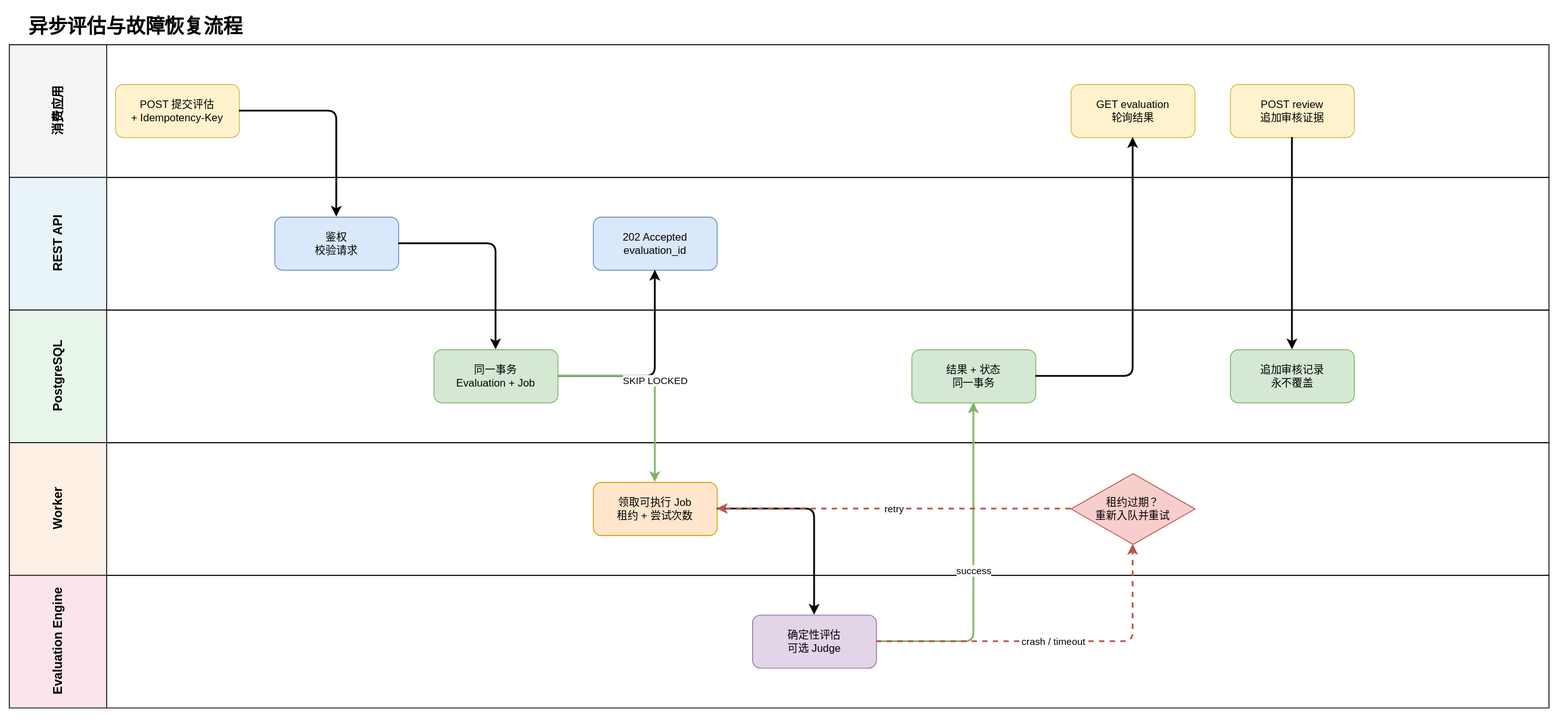
This is docs/diagrams/ai-evaluation-service-poc-async-flow.drawio.svg from gjnzsu/ai-evaluation-service, a draw.io export, as it was before one commit. Source tidied: cells renumbered, new cells last; positions are measured from the earlier drawing's top-left corner, leaving out a move shared by most shapes.
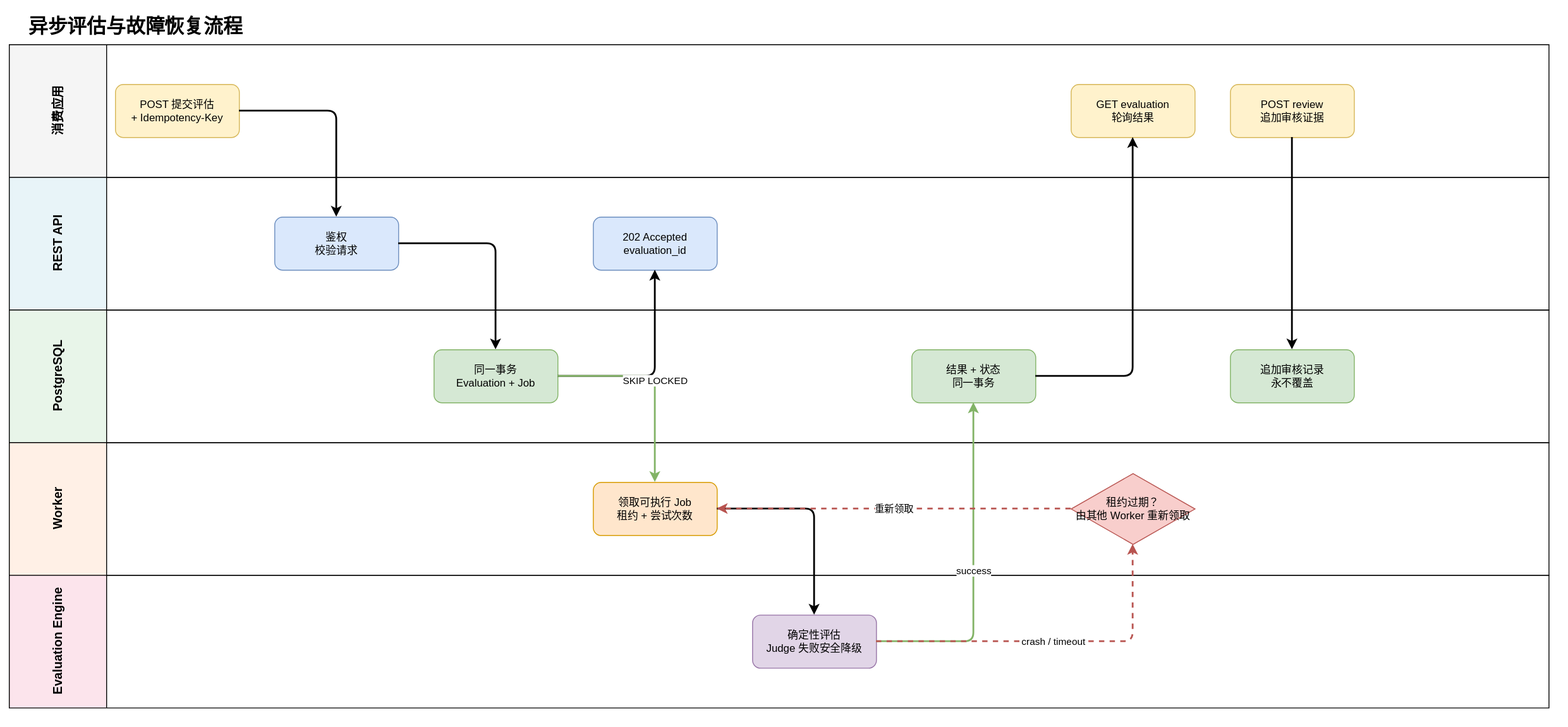
After the change.

Commit message:
docs: align time-boxed evaluation service poc

The edit, as a diff of the source:
```diff
@@ -35,7 +35,7 @@
     <mxCell id="12" value="领取可执行 Job&lt;br&gt;租约 + 尝试次数" style="rounded=1;whiteSpace=wrap;html=1;fillColor=#ffe6cc;strokeColor=#d79b00;" parent="6" vertex="1">
       <mxGeometry x="660" y="45" width="140" height="60" as="geometry" />
     </mxCell>
-    <mxCell id="13" value="确定性评估&lt;br&gt;可选 Judge" style="rounded=1;whiteSpace=wrap;html=1;fillColor=#e1d5e7;strokeColor=#9673a6;" parent="7" vertex="1">
+    <mxCell id="13" value="确定性评估&lt;br&gt;Judge 失败安全降级" style="rounded=1;whiteSpace=wrap;html=1;fillColor=#e1d5e7;strokeColor=#9673a6;" parent="7" vertex="1">
       <mxGeometry x="840" y="45" width="140" height="60" as="geometry" />
     </mxCell>
     <mxCell id="14" value="结果 + 状态&lt;br&gt;同一事务" style="rounded=1;whiteSpace=wrap;html=1;fillColor=#d5e8d4;strokeColor=#82b366;" parent="5" vertex="1">
@@ -47,7 +47,7 @@
     <mxCell id="16" value="POST review&lt;br&gt;追加审核证据" style="rounded=1;whiteSpace=wrap;html=1;fillColor=#fff2cc;strokeColor=#d6b656;" parent="3" vertex="1">
       <mxGeometry x="1380" y="45" width="140" height="60" as="geometry" />
     </mxCell>
-    <mxCell id="17" value="租约过期？&lt;br&gt;重新入队并重试" style="rhombus;whiteSpace=wrap;html=1;fillColor=#f8cecc;strokeColor=#b85450;" parent="6" vertex="1">
+    <mxCell id="17" value="租约过期？&lt;br&gt;由其他 Worker 重新领取" style="rhombus;whiteSpace=wrap;html=1;fillColor=#f8cecc;strokeColor=#b85450;" parent="6" vertex="1">
       <mxGeometry x="1200" y="35" width="140" height="80" as="geometry" />
     </mxCell>
     <mxCell id="18" value="追加审核记录&lt;br&gt;永不覆盖" style="rounded=1;whiteSpace=wrap;html=1;fillColor=#d5e8d4;strokeColor=#82b366;" parent="5" vertex="1">
@@ -74,7 +74,7 @@
     <mxCell id="25" value="crash / timeout" style="edgeStyle=orthogonalEdgeStyle;rounded=1;html=1;endArrow=classic;dashed=1;strokeWidth=2;strokeColor=#b85450;" parent="1" edge="1" source="13" target="17">
       <mxGeometry relative="1" as="geometry" />
     </mxCell>
-    <mxCell id="26" value="retry" style="edgeStyle=orthogonalEdgeStyle;rounded=1;html=1;endArrow=classic;dashed=1;strokeWidth=2;strokeColor=#b85450;" parent="1" edge="1" source="17" target="12">
+    <mxCell id="26" value="重新领取" style="edgeStyle=orthogonalEdgeStyle;rounded=1;html=1;endArrow=classic;dashed=1;strokeWidth=2;strokeColor=#b85450;" parent="1" edge="1" source="17" target="12">
       <mxGeometry relative="1" as="geometry" />
     </mxCell>
     <mxCell id="27" style="edgeStyle=orthogonalEdgeStyle;rounded=1;html=1;endArrow=classic;strokeWidth=2;" parent="1" edge="1" source="14" target="15">
```
